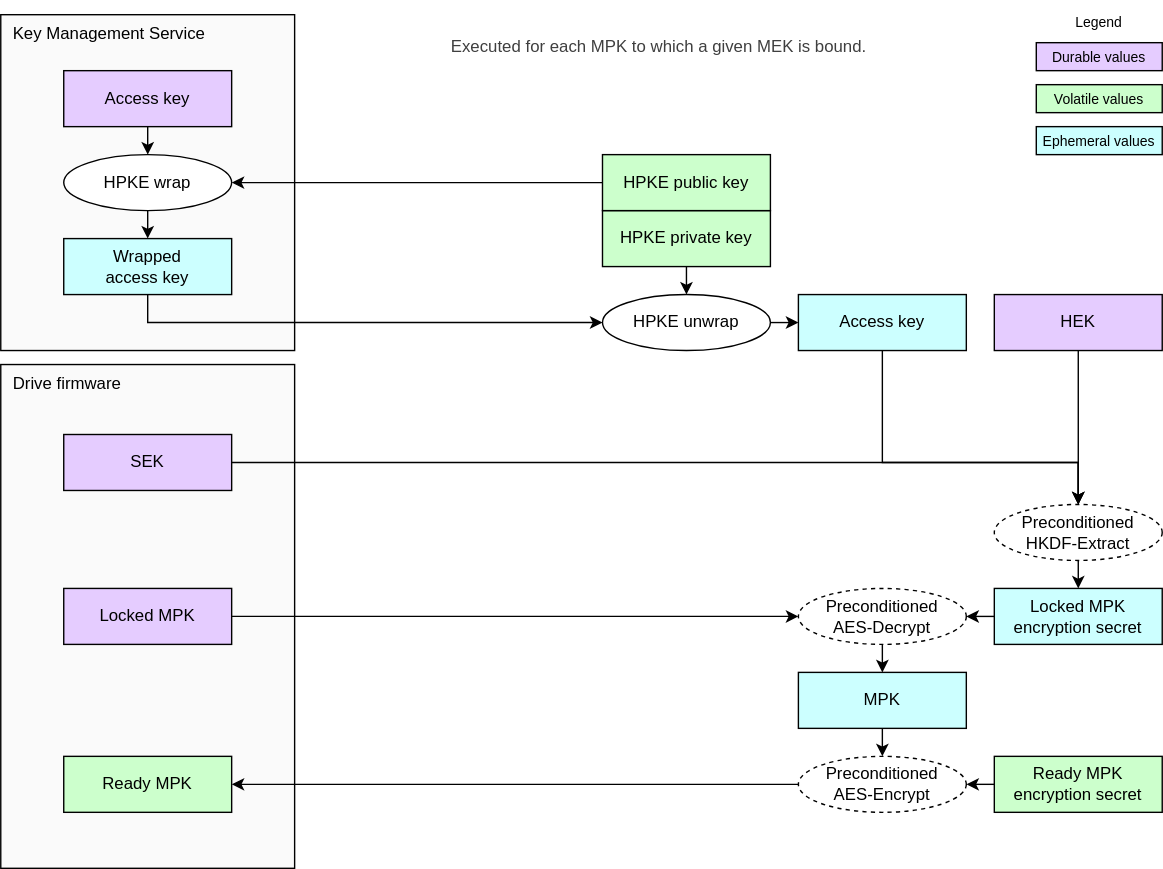
Earlier version of the draw.io export doc/ocp_lock/diagrams/mpk_ready.drawio.svg (chipsalliance/Caliptra). Source tidied: cells renumbered, new cells last; positions are measured from the earlier drawing's top-left corner, leaving out a move shared by most shapes.
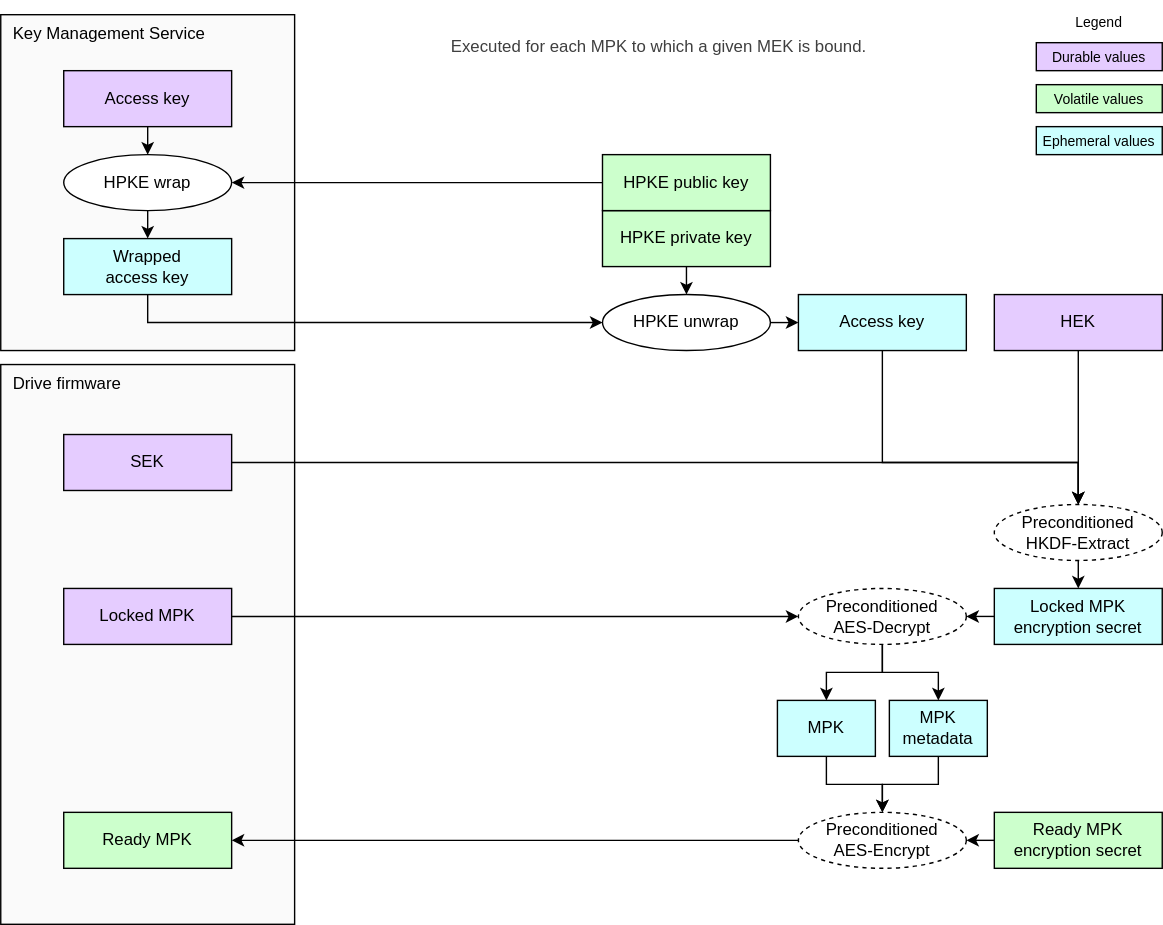
The same file after the commit.

Change to the diagram source:
```diff
@@ -3,7 +3,7 @@
     <mxCell id="0" />
     <mxCell id="1" parent="0" />
     <mxCell id="2" value="Drive firmware" style="rounded=0;whiteSpace=wrap;html=1;fillColor=#FAFAFA;strokeColor=#000000;align=left;verticalAlign=top;spacingLeft=7;" parent="1" vertex="1">
-      <mxGeometry y="260" width="210" height="360" as="geometry" />
+      <mxGeometry y="260" width="210" height="400" as="geometry" />
     </mxCell>
     <mxCell id="3" value="Key Management Service" style="rounded=0;whiteSpace=wrap;html=1;fillColor=#FAFAFA;strokeColor=#000000;align=left;verticalAlign=top;spacingLeft=7;" parent="1" vertex="1">
       <mxGeometry y="10" width="210" height="240" as="geometry" />
@@ -12,17 +12,14 @@
       <mxGeometry x="45" y="420" width="120" height="40" as="geometry" />
     </mxCell>
     <mxCell id="5" value="&lt;div&gt;&lt;font color=&quot;#000000&quot;&gt;Ready MPK&lt;/font&gt;&lt;/div&gt;" style="rounded=0;whiteSpace=wrap;html=1;align=center;verticalAlign=middle;shadow=0;glass=0;spacingLeft=0;spacingBottom=0;spacingTop=0;fillColor=#CCFFCC;" parent="1" vertex="1">
-      <mxGeometry x="45" y="540" width="120" height="40" as="geometry" />
+      <mxGeometry x="45" y="580" width="120" height="40" as="geometry" />
     </mxCell>
     <mxCell id="6" value="&lt;div&gt;&lt;font color=&quot;#000000&quot;&gt;HEK&lt;/font&gt;&lt;/div&gt;" style="rounded=0;whiteSpace=wrap;html=1;align=center;verticalAlign=middle;shadow=0;glass=0;spacingLeft=0;spacingBottom=0;spacingTop=0;fillColor=#E5CCFF;" parent="1" vertex="1">
       <mxGeometry x="710" y="210" width="120" height="40" as="geometry" />
     </mxCell>
-    <mxCell id="7" style="edgeStyle=none;html=1;exitX=0.5;exitY=1;exitDx=0;exitDy=0;entryX=0.5;entryY=0;entryDx=0;entryDy=0;" parent="1" edge="1" source="8" target="12">
+    <mxCell id="7" style="edgeStyle=orthogonalEdgeStyle;html=1;exitX=0.5;exitY=1;exitDx=0;exitDy=0;entryX=0.5;entryY=0;entryDx=0;entryDy=0;rounded=0;" parent="1" edge="1" source="8" target="12">
       <mxGeometry relative="1" as="geometry" />
     </mxCell>
-    <mxCell id="8" value="&lt;div&gt;&lt;font color=&quot;#000000&quot;&gt;MPK&lt;/font&gt;&lt;/div&gt;" style="rounded=0;whiteSpace=wrap;html=1;align=center;verticalAlign=middle;shadow=0;glass=0;spacingLeft=0;spacingBottom=0;spacingTop=0;fillColor=#CCFFFF;" parent="1" vertex="1">
-      <mxGeometry x="570" y="480" width="120" height="40" as="geometry" />
-    </mxCell>
     <mxCell id="9" value="&lt;div&gt;&lt;font color=&quot;#000000&quot;&gt;Access key&lt;/font&gt;&lt;/div&gt;" style="rounded=0;whiteSpace=wrap;html=1;align=center;verticalAlign=middle;shadow=0;glass=0;spacingLeft=0;spacingBottom=0;spacingTop=0;fillColor=#CCFFFF;" parent="1" vertex="1">
       <mxGeometry x="570" y="210" width="120" height="40" as="geometry" />
     </mxCell>
@@ -30,10 +27,10 @@
       <mxGeometry relative="1" as="geometry" />
     </mxCell>
     <mxCell id="11" value="&lt;div&gt;&lt;font color=&quot;#000000&quot;&gt;Ready MPK encryption secret&lt;/font&gt;&lt;/div&gt;" style="rounded=0;whiteSpace=wrap;html=1;align=center;verticalAlign=middle;shadow=0;glass=0;spacingLeft=0;spacingBottom=0;spacingTop=0;fillColor=#CCFFCC;" parent="1" vertex="1">
-      <mxGeometry x="710" y="540" width="120" height="40" as="geometry" />
+      <mxGeometry x="710" y="580" width="120" height="40" as="geometry" />
     </mxCell>
     <mxCell id="12" value="Preconditioned&lt;div&gt;AES-Encrypt&lt;/div&gt;" style="ellipse;whiteSpace=wrap;html=1;fillColor=#FFFFFF;dashed=1;" parent="1" vertex="1">
-      <mxGeometry x="570" y="540" width="120" height="40" as="geometry" />
+      <mxGeometry x="570" y="580" width="120" height="40" as="geometry" />
     </mxCell>
     <mxCell id="13" style="endArrow=classic;html=1;exitX=1;exitY=0.5;exitDx=0;exitDy=0;entryX=0;entryY=0.5;entryDx=0;entryDy=0;endSize=6;startSize=6;" parent="1" edge="1" source="4" target="41">
       <mxGeometry relative="1" as="geometry" />
@@ -136,13 +133,23 @@
     <mxCell id="39" value="&lt;div&gt;&lt;font color=&quot;#000000&quot;&gt;Locked MPK encryption secret&lt;/font&gt;&lt;/div&gt;" style="rounded=0;whiteSpace=wrap;html=1;align=center;verticalAlign=middle;shadow=0;glass=0;spacingLeft=0;spacingBottom=0;spacingTop=0;fillColor=#CCFFFF;" parent="1" vertex="1">
       <mxGeometry x="710" y="420" width="120" height="40" as="geometry" />
     </mxCell>
-    <mxCell id="40" style="edgeStyle=none;html=1;exitX=0.5;exitY=1;exitDx=0;exitDy=0;entryX=0.5;entryY=0;entryDx=0;entryDy=0;" parent="1" edge="1" target="8">
-      <mxGeometry relative="1" as="geometry">
-        <mxPoint x="630" y="460" as="sourcePoint" />
-      </mxGeometry>
-    </mxCell>
     <mxCell id="41" value="Preconditioned&lt;div&gt;AES-Decrypt&lt;/div&gt;" style="ellipse;whiteSpace=wrap;html=1;fillColor=#FFFFFF;dashed=1;" parent="1" vertex="1">
       <mxGeometry x="570" y="420" width="120" height="40" as="geometry" />
     </mxCell>
+    <mxCell id="42" style="edgeStyle=orthogonalEdgeStyle;html=1;exitX=0.5;exitY=1;exitDx=0;exitDy=0;entryX=0.5;entryY=0;entryDx=0;entryDy=0;rounded=0;" parent="1" edge="1" source="41" target="8">
+      <mxGeometry relative="1" as="geometry" />
+    </mxCell>
+    <mxCell id="43" style="edgeStyle=orthogonalEdgeStyle;html=1;entryX=0.5;entryY=0;entryDx=0;entryDy=0;rounded=0;exitX=0.5;exitY=1;exitDx=0;exitDy=0;" parent="1" edge="1" source="41" target="45">
+      <mxGeometry relative="1" as="geometry" />
+    </mxCell>
+    <mxCell id="8" value="&lt;div&gt;&lt;font color=&quot;#000000&quot;&gt;MPK&lt;/font&gt;&lt;/div&gt;" style="rounded=0;whiteSpace=wrap;html=1;align=center;verticalAlign=middle;shadow=0;glass=0;spacingLeft=0;spacingBottom=0;spacingTop=0;fillColor=#CCFFFF;" parent="1" vertex="1">
+      <mxGeometry x="555" y="500" width="70" height="40" as="geometry" />
+    </mxCell>
+    <mxCell id="44" style="edgeStyle=orthogonalEdgeStyle;html=1;exitX=0.5;exitY=1;exitDx=0;exitDy=0;entryX=0.5;entryY=0;entryDx=0;entryDy=0;rounded=0;" parent="1" edge="1" source="45" target="12">
+      <mxGeometry relative="1" as="geometry" />
+    </mxCell>
+    <mxCell id="45" value="&lt;div&gt;&lt;font color=&quot;#000000&quot;&gt;MPK metadata&lt;/font&gt;&lt;/div&gt;" style="rounded=0;whiteSpace=wrap;html=1;align=center;verticalAlign=middle;shadow=0;glass=0;spacingLeft=0;spacingBottom=0;spacingTop=0;fillColor=#CCFFFF;" parent="1" vertex="1">
+      <mxGeometry x="635" y="500" width="70" height="40" as="geometry" />
+    </mxCell>
   </root>
 </mxGraphModel>
```
